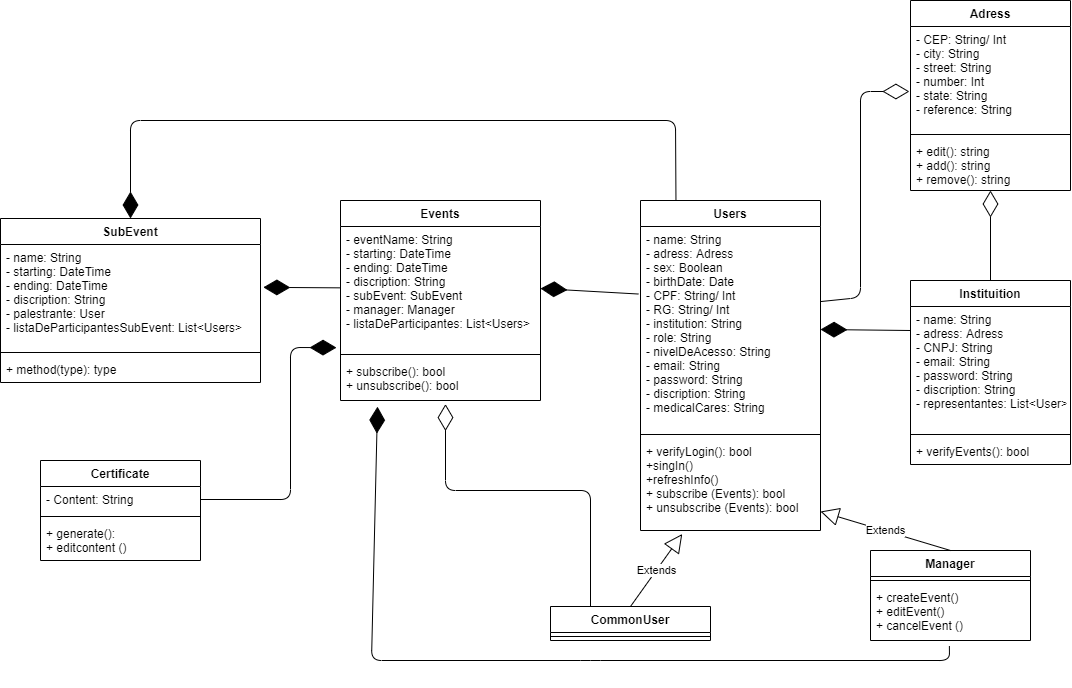
Jacikk/EbeBackEnd.NetCore keeps this draw.io diagram as Documentação/ebe_uml.png. Above is the earlier version. Source tidied: cells renumbered, new cells last; positions are measured from the earlier drawing's top-left corner, leaving out a move shared by most shapes.
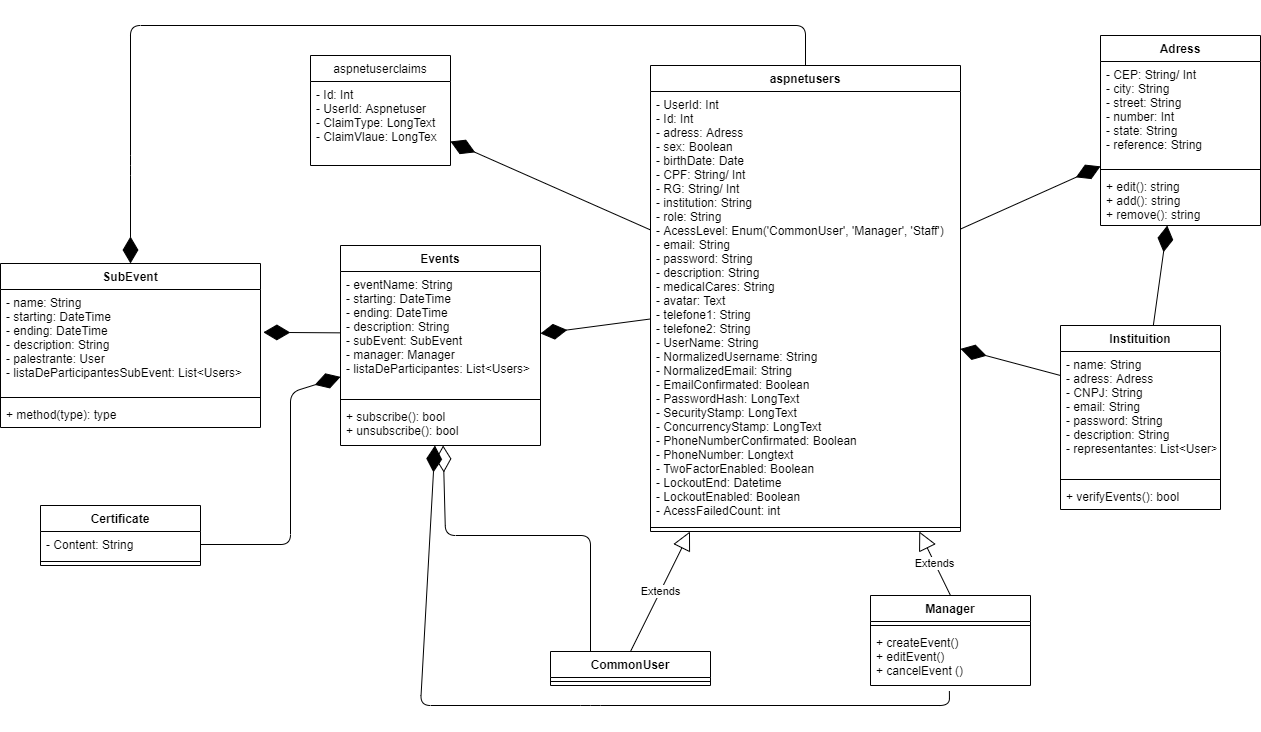
The same diagram one commit later.

What changed in the source:
```diff
@@ -2,7 +2,7 @@
   <root>
     <mxCell id="0" />
     <mxCell id="1" parent="0" />
-    <mxCell id="2" style="endArrow=diamondThin;endFill=0;endSize=24;html=1;entryX=0.525;entryY=1.085;entryDx=0;entryDy=0;entryPerimeter=0;exitX=0.25;exitY=0;exitDx=0;exitDy=0;" parent="1" edge="1" source="31" target="11">
+    <mxCell id="2" style="endArrow=diamondThin;endFill=0;endSize=24;html=1;exitX=0.25;exitY=0;exitDx=0;exitDy=0;" parent="1" edge="1" source="31" target="8">
       <mxGeometry relative="1" as="geometry">
         <Array as="points">
           <mxPoint x="590" y="490" />
@@ -13,38 +13,31 @@
     <mxCell id="3" style="endArrow=diamondThin;endFill=1;endSize=24;html=1;entryX=1.011;entryY=0.412;entryDx=0;entryDy=0;entryPerimeter=0;" parent="1" edge="1" source="9" target="28">
       <mxGeometry relative="1" as="geometry" />
     </mxCell>
-    <mxCell id="4" style="endArrow=diamondThin;endFill=1;endSize=24;html=1;exitX=0.197;exitY=-0.002;exitDx=0;exitDy=0;entryX=0.5;entryY=0;entryDx=0;entryDy=0;exitPerimeter=0;" parent="1" edge="1" source="37" target="27">
+    <mxCell id="4" style="endArrow=diamondThin;endFill=1;endSize=24;html=1;entryX=0.5;entryY=0;entryDx=0;entryDy=0;exitX=0.5;exitY=0;exitDx=0;exitDy=0;" parent="1" edge="1" source="37" target="27">
       <mxGeometry relative="1" as="geometry">
         <Array as="points">
-          <mxPoint x="675" y="120" />
+          <mxPoint x="805" y="-20" />
+          <mxPoint x="130" y="-20" />
           <mxPoint x="130" y="120" />
         </Array>
       </mxGeometry>
     </mxCell>
-    <mxCell id="5" style="endArrow=diamondThin;endFill=1;endSize=24;html=1;exitX=0.493;exitY=1.1;exitDx=0;exitDy=0;exitPerimeter=0;entryX=0.185;entryY=1.146;entryDx=0;entryDy=0;entryPerimeter=0;" parent="1" edge="1" source="36" target="11">
+    <mxCell id="5" style="endArrow=diamondThin;endFill=1;endSize=24;html=1;exitX=0.493;exitY=1.1;exitDx=0;exitDy=0;exitPerimeter=0;" parent="1" edge="1" source="36" target="8">
       <mxGeometry relative="1" as="geometry">
         <Array as="points">
           <mxPoint x="949" y="660" />
           <mxPoint x="590" y="660" />
-          <mxPoint x="371" y="660" />
+          <mxPoint x="420" y="660" />
         </Array>
       </mxGeometry>
     </mxCell>
-    <mxCell id="6" value="Extends" style="endArrow=block;endSize=16;endFill=0;html=1;exitX=0.5;exitY=0;exitDx=0;exitDy=0;entryX=0.232;entryY=1.038;entryDx=0;entryDy=0;entryPerimeter=0;" parent="1" edge="1" source="31" target="40">
+    <mxCell id="6" value="Extends" style="endArrow=block;endSize=16;endFill=0;html=1;exitX=0.5;exitY=0;exitDx=0;exitDy=0;" parent="1" edge="1" source="31" target="37">
       <mxGeometry relative="1" as="geometry" />
     </mxCell>
-    <mxCell id="7" style="endArrow=diamondThin;endFill=0;endSize=24;html=1;entryX=-0.007;entryY=0.625;entryDx=0;entryDy=0;entryPerimeter=0;exitX=1;exitY=0.368;exitDx=0;exitDy=0;exitPerimeter=0;" parent="1" edge="1" source="38" target="13">
-      <mxGeometry relative="1" as="geometry">
-        <Array as="points">
-          <mxPoint x="860" y="297" />
-          <mxPoint x="860" y="91" />
-        </Array>
-      </mxGeometry>
-    </mxCell>
     <mxCell id="8" value="Events" style="swimlane;fontStyle=1;align=center;verticalAlign=top;horizontal=1;startSize=26;" parent="1" vertex="1">
       <mxGeometry x="340" y="200" width="200" height="200" as="geometry" />
     </mxCell>
-    <mxCell id="9" value="- eventName: String&#10;- starting: DateTime&#10;- ending: DateTime&#10;- discription: String&#10;- subEvent: SubEvent&#10;- manager: Manager&#10;- listaDeParticipantes: List&lt;Users&gt;" style="text;strokeColor=none;fillColor=none;align=left;verticalAlign=top;spacingLeft=4;spacingRight=4;overflow=hidden;points=[[0,0.5],[1,0.5]];portConstraint=eastwest;" parent="8" vertex="1">
+    <mxCell id="9" value="- eventName: String&#10;- starting: DateTime&#10;- ending: DateTime&#10;- description: String&#10;- subEvent: SubEvent&#10;- manager: Manager&#10;- listaDeParticipantes: List&lt;Users&gt;" style="text;strokeColor=none;fillColor=none;align=left;verticalAlign=top;spacingLeft=4;spacingRight=4;overflow=hidden;points=[[0,0.5],[1,0.5]];portConstraint=eastwest;" parent="8" vertex="1">
       <mxGeometry y="26" width="200" height="124" as="geometry" />
     </mxCell>
     <mxCell id="10" style="line;strokeWidth=1;fillColor=none;align=left;verticalAlign=middle;spacingTop=-1;spacingLeft=3;spacingRight=3;labelPosition=right;" parent="8" vertex="1">
@@ -54,7 +47,7 @@
       <mxGeometry y="158" width="200" height="42" as="geometry" />
     </mxCell>
     <mxCell id="12" value="Adress" style="swimlane;fontStyle=1;align=center;verticalAlign=top;horizontal=1;startSize=26;" parent="1" vertex="1">
-      <mxGeometry x="910" width="160" height="190" as="geometry" />
+      <mxGeometry x="1100" y="-10" width="160" height="190" as="geometry" />
     </mxCell>
     <mxCell id="13" value="- CEP: String/ Int&#10;- city: String&#10;- street: String&#10;- number: Int&#10;- state: String&#10;- reference: String" style="text;strokeColor=none;fillColor=none;align=left;verticalAlign=top;spacingLeft=4;spacingRight=4;overflow=hidden;points=[[0,0.5],[1,0.5]];portConstraint=eastwest;" parent="12" vertex="1">
       <mxGeometry y="26" width="160" height="104" as="geometry" />
@@ -65,7 +58,7 @@
     <mxCell id="15" value="+ edit(): string&#10;+ add(): string&#10;+ remove(): string" style="text;strokeColor=none;fillColor=none;align=left;verticalAlign=top;spacingLeft=4;spacingRight=4;overflow=hidden;points=[[0,0.5],[1,0.5]];portConstraint=eastwest;" parent="12" vertex="1">
       <mxGeometry y="138" width="160" height="52" as="geometry" />
     </mxCell>
-    <mxCell id="16" style="endArrow=diamondThin;endFill=1;endSize=24;html=1;entryX=-0.02;entryY=0.977;entryDx=0;entryDy=0;entryPerimeter=0;exitX=1;exitY=0.5;exitDx=0;exitDy=0;" parent="1" edge="1" source="24" target="9">
+    <mxCell id="16" style="endArrow=diamondThin;endFill=1;endSize=24;html=1;exitX=1;exitY=0.5;exitDx=0;exitDy=0;" parent="1" edge="1" source="24" target="8">
       <mxGeometry relative="1" as="geometry">
         <Array as="points">
           <mxPoint x="290" y="499" />
@@ -73,18 +66,15 @@
         </Array>
       </mxGeometry>
     </mxCell>
-    <mxCell id="17" style="endArrow=diamondThin;endFill=0;endSize=24;html=1;exitX=0.5;exitY=0;exitDx=0;exitDy=0;" parent="1" edge="1" source="18" target="15">
-      <mxGeometry relative="1" as="geometry" />
-    </mxCell>
     <mxCell id="18" value="Instituition" style="swimlane;fontStyle=1;align=center;verticalAlign=top;horizontal=1;startSize=26;" parent="1" vertex="1">
-      <mxGeometry x="910" y="280" width="160" height="184" as="geometry" />
+      <mxGeometry x="1060" y="280" width="160" height="184" as="geometry" />
     </mxCell>
     <mxCell id="19" style="endArrow=diamondThin;endFill=1;endSize=24;html=1;" parent="18" edge="1" target="38">
       <mxGeometry relative="1" as="geometry">
         <mxPoint y="50" as="sourcePoint" />
       </mxGeometry>
     </mxCell>
-    <mxCell id="20" value="- name: String&#10;- adress: Adress&#10;- CNPJ: String&#10;- email: String&#10;- password: String&#10;- discription: String&#10;- representantes: List&lt;User&gt;" style="text;strokeColor=none;fillColor=none;align=left;verticalAlign=top;spacingLeft=4;spacingRight=4;overflow=hidden;" parent="18" vertex="1">
+    <mxCell id="20" value="- name: String&#10;- adress: Adress&#10;- CNPJ: String&#10;- email: String&#10;- password: String&#10;- description: String&#10;- representantes: List&lt;User&gt;" style="text;strokeColor=none;fillColor=none;align=left;verticalAlign=top;spacingLeft=4;spacingRight=4;overflow=hidden;" parent="18" vertex="1">
       <mxGeometry y="26" width="160" height="124" as="geometry" />
     </mxCell>
     <mxCell id="21" style="line;strokeWidth=1;fillColor=none;align=left;verticalAlign=middle;spacingTop=-1;spacingLeft=3;spacingRight=3;labelPosition=right;" parent="18" vertex="1">
@@ -94,7 +84,7 @@
       <mxGeometry y="158" width="160" height="26" as="geometry" />
     </mxCell>
     <mxCell id="23" value="Certificate" style="swimlane;fontStyle=1;align=center;verticalAlign=top;horizontal=1;startSize=26;" parent="1" vertex="1">
-      <mxGeometry x="40" y="460" width="160" height="100" as="geometry" />
+      <mxGeometry x="40" y="460" width="160" height="60" as="geometry" />
     </mxCell>
     <mxCell id="24" value="- Content: String" style="text;strokeColor=none;fillColor=none;align=left;verticalAlign=top;spacingLeft=4;spacingRight=4;overflow=hidden;points=[[0,0.5],[1,0.5]];portConstraint=eastwest;" parent="23" vertex="1">
       <mxGeometry y="26" width="160" height="26" as="geometry" />
@@ -102,13 +92,10 @@
     <mxCell id="25" style="line;strokeWidth=1;fillColor=none;align=left;verticalAlign=middle;spacingTop=-1;spacingLeft=3;spacingRight=3;labelPosition=right;" parent="23" vertex="1">
       <mxGeometry y="52" width="160" height="8" as="geometry" />
     </mxCell>
-    <mxCell id="26" value="+ generate():&#10;+ editcontent ()" style="text;strokeColor=none;fillColor=none;align=left;verticalAlign=top;spacingLeft=4;spacingRight=4;overflow=hidden;" parent="23" vertex="1">
-      <mxGeometry y="60" width="160" height="40" as="geometry" />
-    </mxCell>
     <mxCell id="27" value="SubEvent" style="swimlane;fontStyle=1;align=center;verticalAlign=top;horizontal=1;startSize=26;" parent="1" vertex="1">
       <mxGeometry y="218" width="260" height="164" as="geometry" />
     </mxCell>
-    <mxCell id="28" value="- name: String&#10;- starting: DateTime&#10;- ending: DateTime&#10;- discription: String&#10;- palestrante: User&#10;- listaDeParticipantesSubEvent: List&lt;Users&gt;" style="text;strokeColor=none;fillColor=none;align=left;verticalAlign=top;spacingLeft=4;spacingRight=4;overflow=hidden;points=[[0,0.5],[1,0.5]];portConstraint=eastwest;" parent="27" vertex="1">
+    <mxCell id="28" value="- name: String&#10;- starting: DateTime&#10;- ending: DateTime&#10;- description: String&#10;- palestrante: User&#10;- listaDeParticipantesSubEvent: List&lt;Users&gt;" style="text;strokeColor=none;fillColor=none;align=left;verticalAlign=top;spacingLeft=4;spacingRight=4;overflow=hidden;points=[[0,0.5],[1,0.5]];portConstraint=eastwest;" parent="27" vertex="1">
       <mxGeometry y="26" width="260" height="104" as="geometry" />
     </mxCell>
     <mxCell id="29" style="line;strokeWidth=1;fillColor=none;align=left;verticalAlign=middle;spacingTop=-1;spacingLeft=3;spacingRight=3;labelPosition=right;" parent="27" vertex="1">
@@ -126,7 +113,7 @@
     <mxCell id="33" value="Manager" style="swimlane;fontStyle=1;align=center;verticalAlign=top;horizontal=1;startSize=26;" parent="1" vertex="1">
       <mxGeometry x="870" y="550" width="160" height="90" as="geometry" />
     </mxCell>
-    <mxCell id="34" value="Extends" style="endArrow=block;endSize=16;endFill=0;html=1;" parent="33" edge="1" target="40">
+    <mxCell id="34" value="Extends" style="endArrow=block;endSize=16;endFill=0;html=1;" parent="33" edge="1" target="37">
       <mxGeometry relative="1" as="geometry">
         <mxPoint x="80" as="sourcePoint" />
       </mxGeometry>
@@ -137,20 +124,32 @@
     <mxCell id="36" value="+ createEvent()&#10;+ editEvent()&#10;+ cancelEvent () " style="text;strokeColor=none;fillColor=none;align=left;verticalAlign=top;spacingLeft=4;spacingRight=4;overflow=hidden;points=[[0,0.5],[1,0.5]];portConstraint=eastwest;" parent="33" vertex="1">
       <mxGeometry y="34" width="160" height="56" as="geometry" />
     </mxCell>
-    <mxCell id="37" value="Users" style="swimlane;fontStyle=1;align=center;verticalAlign=top;horizontal=1;startSize=26;" parent="1" vertex="1">
-      <mxGeometry x="640" y="200" width="180" height="330" as="geometry" />
+    <mxCell id="37" value="aspnetusers" style="swimlane;fontStyle=1;align=center;verticalAlign=top;horizontal=1;startSize=26;" parent="1" vertex="1">
+      <mxGeometry x="650" y="20" width="310" height="466" as="geometry" />
     </mxCell>
-    <mxCell id="38" value="- name: String&#10;- adress: Adress&#10;- sex: Boolean&#10;- birthDate: Date&#10;- CPF: String/ Int&#10;- RG: String/ Int&#10;- institution: String&#10;- role: String&#10;- nivelDeAcesso: String&#10;- email: String&#10;- password: String&#10;- discription: String&#10;- medicalCares: String&#10;&#10;" style="text;strokeColor=none;fillColor=none;align=left;verticalAlign=top;spacingLeft=4;spacingRight=4;overflow=hidden;points=[[0,0.5],[1,0.5]];portConstraint=eastwest;" parent="37" vertex="1">
-      <mxGeometry y="26" width="180" height="204" as="geometry" />
+    <mxCell id="38" value="- UserId: Int&#10;- Id: Int&#10;- adress: Adress&#10;- sex: Boolean&#10;- birthDate: Date&#10;- CPF: String/ Int&#10;- RG: String/ Int&#10;- institution: String&#10;- role: String&#10;- AcessLevel: Enum('CommonUser', 'Manager', 'Staff')&#10;- email: String&#10;- password: String&#10;- description: String&#10;- medicalCares: String&#10;- avatar: Text&#10;- telefone1: String&#10;- telefone2: String&#10;- UserName: String&#10;- NormalizedUsername: String&#10;- NormalizedEmail: String&#10;- EmailConfirmated: Boolean&#10;- PasswordHash: LongText&#10;- SecurityStamp: LongText&#10;- ConcurrencyStamp: LongText&#10;- PhoneNumberConfirmated: Boolean&#10;- PhoneNumber: Longtext&#10;- TwoFactorEnabled: Boolean&#10;- LockoutEnd: Datetime&#10;- LockoutEnabled: Boolean&#10;- AcessFailedCount: int" style="text;strokeColor=none;fillColor=none;align=left;verticalAlign=top;spacingLeft=4;spacingRight=4;overflow=hidden;points=[[0,0.5],[1,0.5]];portConstraint=eastwest;" parent="37" vertex="1">
+      <mxGeometry y="26" width="310" height="432" as="geometry" />
     </mxCell>
     <mxCell id="39" style="line;strokeWidth=1;fillColor=none;align=left;verticalAlign=middle;spacingTop=-1;spacingLeft=3;spacingRight=3;labelPosition=right;" parent="37" vertex="1">
-      <mxGeometry y="230" width="180" height="8" as="geometry" />
+      <mxGeometry y="458" width="310" height="8" as="geometry" />
     </mxCell>
-    <mxCell id="40" value="+ verifyLogin(): bool&#10;+singIn()&#10;+refreshInfo()&#10;+ subscribe (Events): bool&#10;+ unsubscribe (Events): bool" style="text;strokeColor=none;fillColor=none;align=left;verticalAlign=top;spacingLeft=4;spacingRight=4;overflow=hidden;points=[[0,0.5],[1,0.5]];portConstraint=eastwest;" parent="37" vertex="1">
-      <mxGeometry y="238" width="180" height="92" as="geometry" />
-    </mxCell>
-    <mxCell id="41" style="endArrow=diamondThin;endFill=1;endSize=24;html=1;exitX=-0.012;exitY=0.331;exitDx=0;exitDy=0;exitPerimeter=0;entryX=1;entryY=0.5;entryDx=0;entryDy=0;" parent="1" edge="1" source="38" target="9">
+    <mxCell id="41" style="endArrow=diamondThin;endFill=1;endSize=24;html=1;entryX=1;entryY=0.5;entryDx=0;entryDy=0;" parent="1" edge="1" source="37" target="9">
       <mxGeometry relative="1" as="geometry" />
     </mxCell>
+    <mxCell id="42" style="endArrow=diamondThin;endFill=1;endSize=24;html=1;" parent="1" edge="1" source="37" target="12">
+      <mxGeometry relative="1" as="geometry" />
+    </mxCell>
+    <mxCell id="43" style="endArrow=diamondThin;endFill=1;endSize=24;html=1;" parent="1" edge="1" source="18" target="12">
+      <mxGeometry relative="1" as="geometry" />
+    </mxCell>
+    <mxCell id="44" value="aspnetuserclaims" style="swimlane;fontStyle=0;horizontal=1;startSize=26;fillColor=none;" parent="1" vertex="1">
+      <mxGeometry x="310" y="10" width="140" height="110" as="geometry" />
+    </mxCell>
+    <mxCell id="45" value="- Id: Int&#10;- UserId: Aspnetuser&#10;- ClaimType: LongText&#10;- ClaimVlaue: LongTex" style="text;strokeColor=none;fillColor=none;align=left;verticalAlign=top;spacingLeft=4;spacingRight=4;overflow=hidden;" parent="44" vertex="1">
+      <mxGeometry y="26" width="140" height="84" as="geometry" />
+    </mxCell>
+    <mxCell id="46" style="endArrow=diamondThin;endFill=1;endSize=24;html=1;" parent="1" edge="1" source="37" target="44">
+      <mxGeometry relative="1" as="geometry" />
+    </mxCell>
   </root>
 </mxGraphModel>
```
